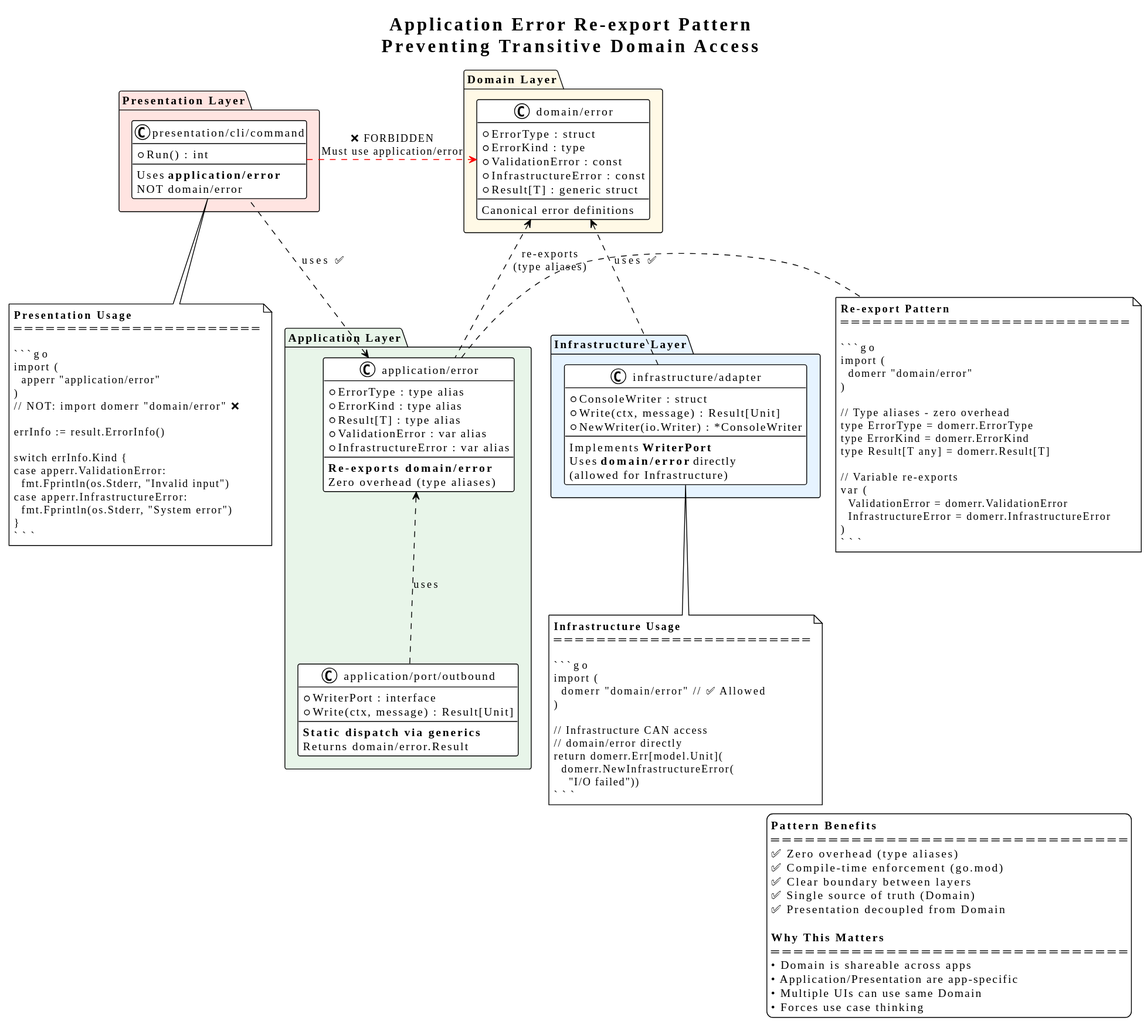
Before: docs/diagrams/application_error_pattern.svg, a diagram exported from PlantUML (abitofhelp/hybrid_app_go).
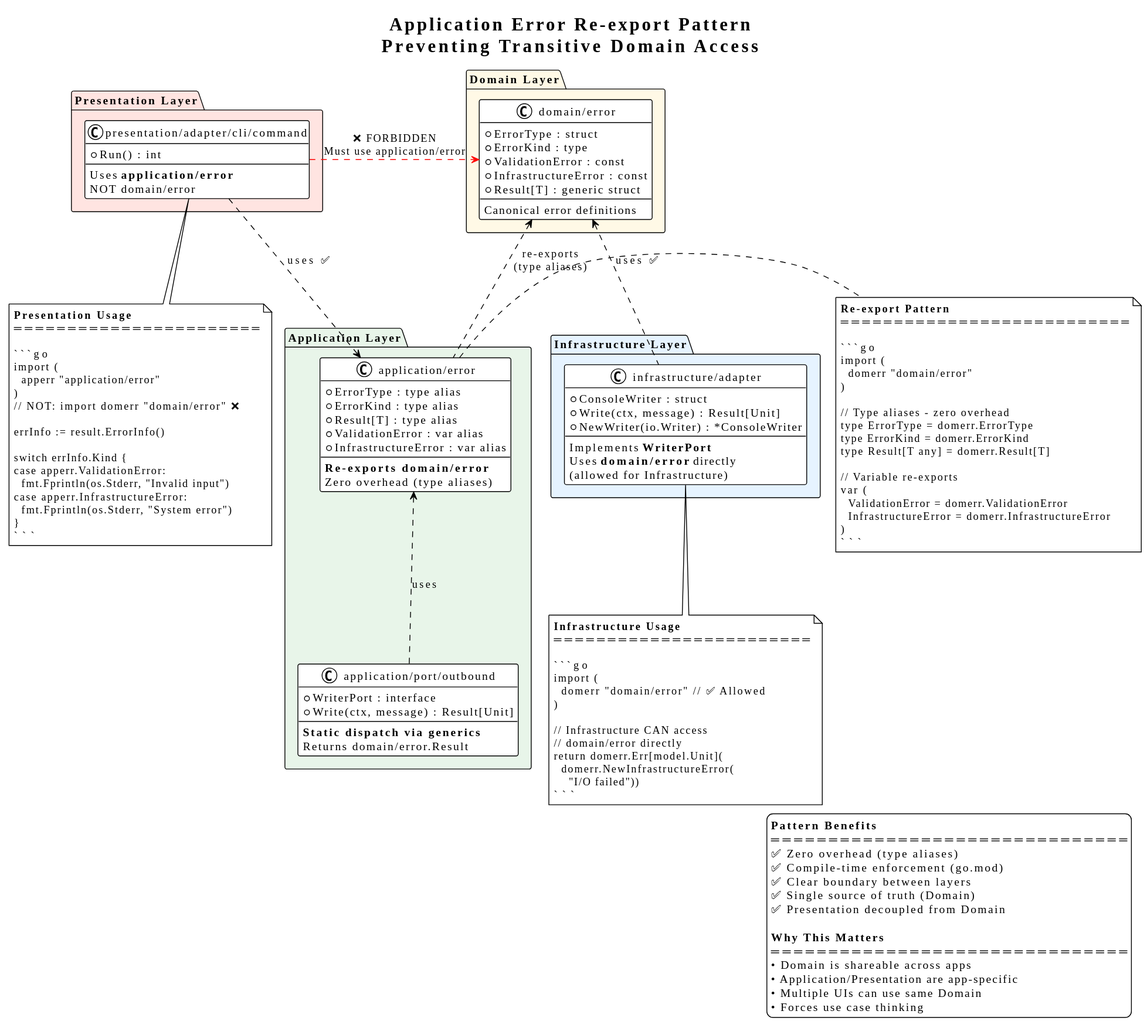
The same file after the commit.

Commit message:
refactor: restructure presentation layer to presentation/adapter/cli/command

Diff of the diagram source:
```diff
@@ -37,7 +37,7 @@
 }
 
 package "Presentation Layer" as Presentation #FFE4E1 {
-  class "presentation/cli/command" as GreetCmd {
+  class "presentation/adapter/cli/command" as GreetCmd {
     + Run() : int
     --
     Uses **application/error**
```
